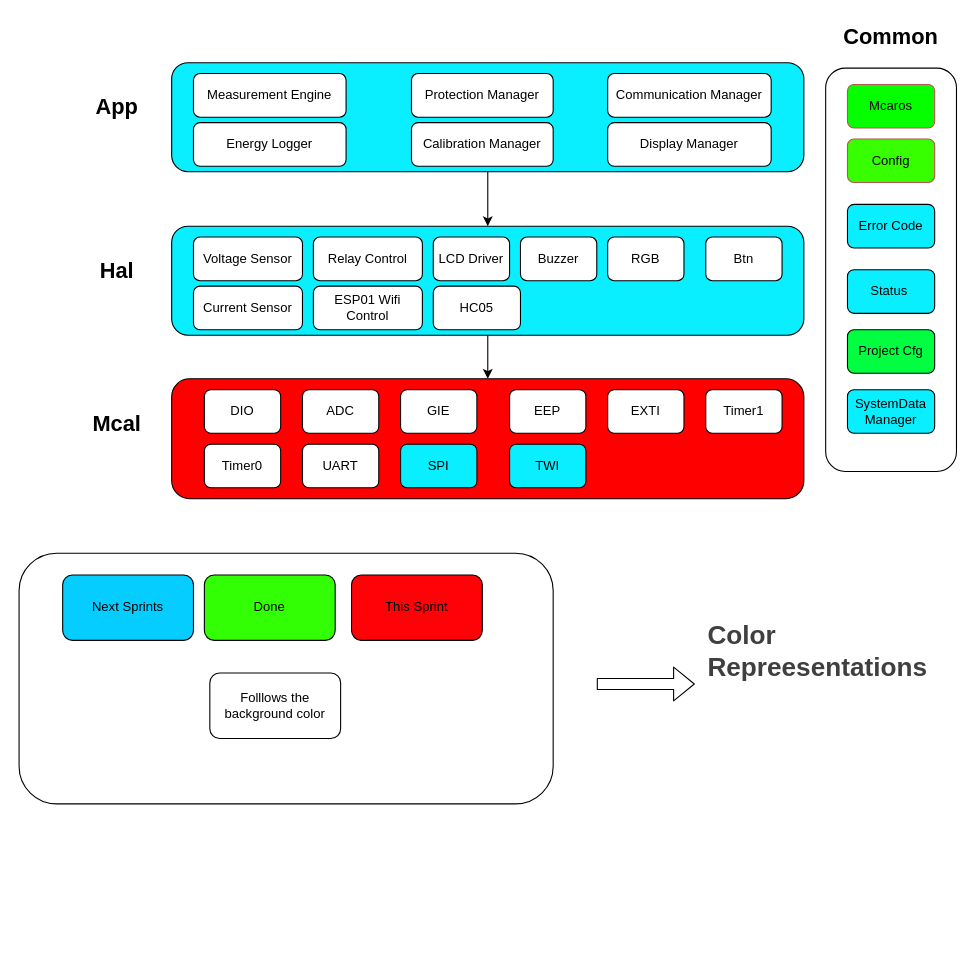
Gestell-Solution/Smart_Energy_Management_System keeps this draw.io diagram as Design/ProjectUMLDigrams/ComponentDigrams/ComponentDigram.drawio. Above is the earlier version. Source tidied: cells renumbered, new cells numbered last; positions are measured from the earlier drawing's top-left corner, leaving out a move shared by most shapes. Both pictures are drawn from the tidied source at 109%, with x=0, y=0 at pixel (19, 19).
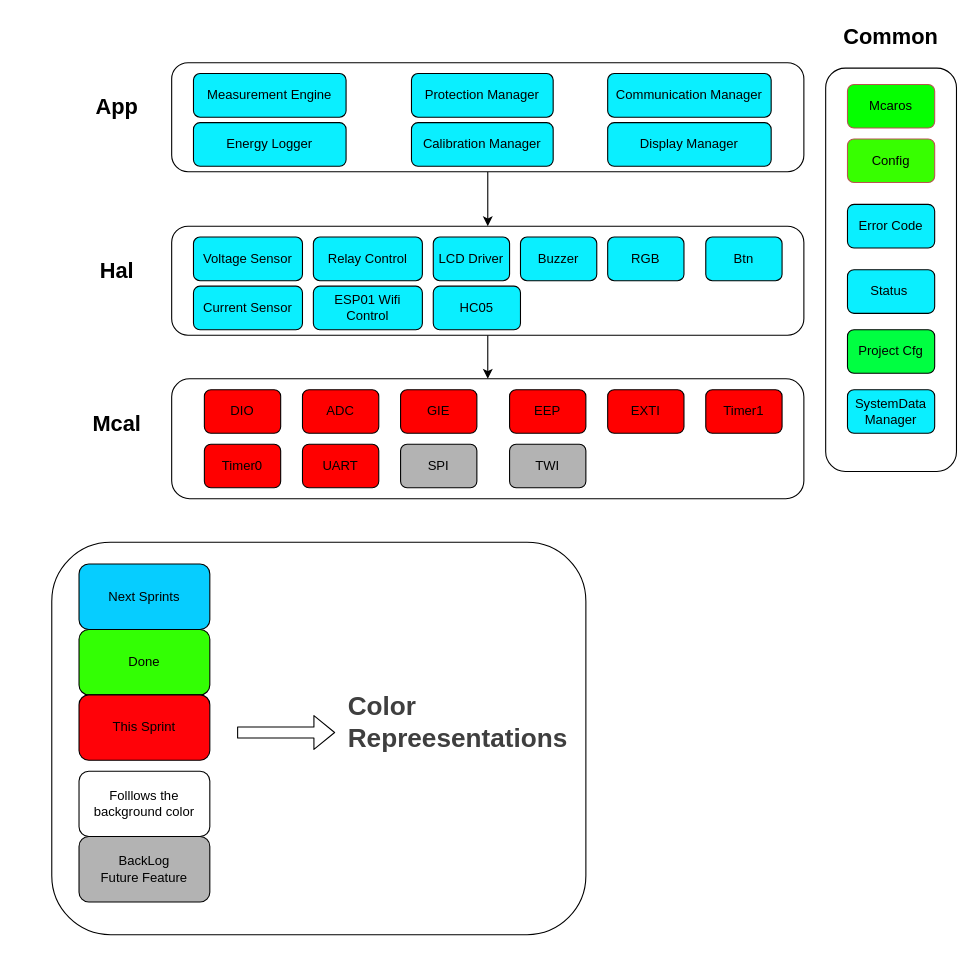
After the change.

Commit message:
[ComponentDiagrams Review Points] [Review points Done Needs Review Confirmation] [Doc]   #62

Change to the diagram source:
```diff
@@
-    <mxCell id="2" style="rounded=1;whiteSpace=wrap;html=1;fillColor=#FF0000;" parent="1" vertex="1">
+    <mxCell id="2" style="rounded=1;whiteSpace=wrap;html=1;fillColor=#FFFFFF;" parent="1" vertex="1">
       <mxGeometry x="140" y="330" width="580" height="110" as="geometry" />
     </mxCell>
-    <mxCell id="3" value="DIO" style="rounded=1;whiteSpace=wrap;html=1;" parent="1" vertex="1">
+    <mxCell id="3" value="DIO" style="rounded=1;whiteSpace=wrap;html=1;fillColor=#FF0000;" parent="1" vertex="1">
       <mxGeometry x="170" y="340" width="70" height="40" as="geometry" />
     </mxCell>
-    <mxCell id="4" value="ADC" style="rounded=1;whiteSpace=wrap;html=1;" parent="1" vertex="1">
+    <mxCell id="4" value="ADC" style="rounded=1;whiteSpace=wrap;html=1;fillColor=#FF0000;" parent="1" vertex="1">
       <mxGeometry x="260" y="340" width="70" height="40" as="geometry" />
     </mxCell>
-    <mxCell id="5" value="GIE" style="rounded=1;whiteSpace=wrap;html=1;" parent="1" vertex="1">
+    <mxCell id="5" value="GIE" style="rounded=1;whiteSpace=wrap;html=1;fillColor=#FF0000;" parent="1" vertex="1">
       <mxGeometry x="350" y="340" width="70" height="40" as="geometry" />
     </mxCell>
-    <mxCell id="6" value="EEP" style="rounded=1;whiteSpace=wrap;html=1;" parent="1" vertex="1">
+    <mxCell id="6" value="EEP" style="rounded=1;whiteSpace=wrap;html=1;fillColor=#FF0000;" parent="1" vertex="1">
       <mxGeometry x="450" y="340" width="70" height="40" as="geometry" />
     </mxCell>
-    <mxCell id="7" value="EXTI" style="rounded=1;whiteSpace=wrap;html=1;" parent="1" vertex="1">
+    <mxCell id="7" value="EXTI" style="rounded=1;whiteSpace=wrap;html=1;fillColor=#FF0000;" parent="1" vertex="1">
       <mxGeometry x="540" y="340" width="70" height="40" as="geometry" />
     </mxCell>
-    <mxCell id="8" value="Timer1" style="rounded=1;whiteSpace=wrap;html=1;" parent="1" vertex="1">
+    <mxCell id="8" value="Timer1" style="rounded=1;whiteSpace=wrap;html=1;fillColor=#FF0000;" parent="1" vertex="1">
       <mxGeometry x="630" y="340" width="70" height="40" as="geometry" />
     </mxCell>
@@
-    <mxCell id="11" style="rounded=1;whiteSpace=wrap;html=1;fillColor=#0AEFFF;" parent="1" vertex="1">
+    <mxCell id="11" style="rounded=1;whiteSpace=wrap;html=1;fillColor=#FFFFFF;" parent="1" vertex="1">
       <mxGeometry x="140" y="190" width="580" height="100" as="geometry" />
     </mxCell>
-    <mxCell id="12" value="Voltage Sensor" style="rounded=1;whiteSpace=wrap;html=1;" parent="1" vertex="1">
+    <mxCell id="12" value="Voltage Sensor" style="rounded=1;whiteSpace=wrap;html=1;fillColor=#0AEFFF;" parent="1" vertex="1">
       <mxGeometry x="160" y="200" width="100" height="40" as="geometry" />
     </mxCell>
-    <mxCell id="13" value="LCD Driver" style="rounded=1;whiteSpace=wrap;html=1;" parent="1" vertex="1">
+    <mxCell id="13" value="LCD Driver" style="rounded=1;whiteSpace=wrap;html=1;fillColor=#0AEFFF;" parent="1" vertex="1">
       <mxGeometry x="380" y="200" width="70" height="40" as="geometry" />
     </mxCell>
-    <mxCell id="14" value="Relay Control" style="rounded=1;whiteSpace=wrap;html=1;" parent="1" vertex="1">
+    <mxCell id="14" value="Relay Control" style="rounded=1;whiteSpace=wrap;html=1;fillColor=#0AEFFF;" parent="1" vertex="1">
       <mxGeometry x="270" y="200" width="100" height="40" as="geometry" />
     </mxCell>
-    <mxCell id="15" value="Buzzer" style="rounded=1;whiteSpace=wrap;html=1;" parent="1" vertex="1">
+    <mxCell id="15" value="Buzzer" style="rounded=1;whiteSpace=wrap;html=1;fillColor=#0AEFFF;" parent="1" vertex="1">
       <mxGeometry x="460" y="200" width="70" height="40" as="geometry" />
     </mxCell>
-    <mxCell id="16" value="RGB" style="rounded=1;whiteSpace=wrap;html=1;" parent="1" vertex="1">
+    <mxCell id="16" value="RGB" style="rounded=1;whiteSpace=wrap;html=1;fillColor=#0AEFFF;" parent="1" vertex="1">
       <mxGeometry x="540" y="200" width="70" height="40" as="geometry" />
     </mxCell>
-    <mxCell id="17" value="Btn" style="rounded=1;whiteSpace=wrap;html=1;" parent="1" vertex="1">
+    <mxCell id="17" value="Btn" style="rounded=1;whiteSpace=wrap;html=1;fillColor=#0AEFFF;" parent="1" vertex="1">
       <mxGeometry x="630" y="200" width="70" height="40" as="geometry" />
     </mxCell>
@@
-    <mxCell id="19" value="Current Sensor" style="rounded=1;whiteSpace=wrap;html=1;" parent="1" vertex="1">
+    <mxCell id="19" value="Current Sensor" style="rounded=1;whiteSpace=wrap;html=1;fillColor=#0AEFFF;" parent="1" vertex="1">
       <mxGeometry x="160" y="245" width="100" height="40" as="geometry" />
     </mxCell>
-    <mxCell id="20" value="HC05" style="rounded=1;whiteSpace=wrap;html=1;" parent="1" vertex="1">
+    <mxCell id="20" value="HC05" style="rounded=1;whiteSpace=wrap;html=1;fillColor=#0AEFFF;" parent="1" vertex="1">
       <mxGeometry x="380" y="245" width="80" height="40" as="geometry" />
     </mxCell>
-    <mxCell id="21" value="ESP01 Wifi Control" style="rounded=1;whiteSpace=wrap;html=1;" parent="1" vertex="1">
+    <mxCell id="21" value="ESP01 Wifi Control" style="rounded=1;whiteSpace=wrap;html=1;fillColor=#0AEFFF;" parent="1" vertex="1">
       <mxGeometry x="270" y="245" width="100" height="40" as="geometry" />
     </mxCell>
@@
-    <mxCell id="23" style="rounded=1;whiteSpace=wrap;html=1;fillColor=#0AEFFF;" parent="1" vertex="1">
+    <mxCell id="23" style="rounded=1;whiteSpace=wrap;html=1;fillColor=#FFFFFF;" parent="1" vertex="1">
       <mxGeometry x="140" y="40" width="580" height="100" as="geometry" />
     </mxCell>
-    <mxCell id="24" value="Measurement Engine" style="rounded=1;whiteSpace=wrap;html=1;" parent="1" vertex="1">
+    <mxCell id="24" value="Measurement Engine" style="rounded=1;whiteSpace=wrap;html=1;fillColor=#0AEFFF;" parent="1" vertex="1">
       <mxGeometry x="160" y="50" width="140" height="40" as="geometry" />
     </mxCell>
-    <mxCell id="25" value="Communication Manager" style="rounded=1;whiteSpace=wrap;html=1;" parent="1" vertex="1">
+    <mxCell id="25" value="Communication Manager" style="rounded=1;whiteSpace=wrap;html=1;fillColor=#0AEFFF;" parent="1" vertex="1">
       <mxGeometry x="540" y="50" width="150" height="40" as="geometry" />
     </mxCell>
-    <mxCell id="26" value="Display Manager" style="rounded=1;whiteSpace=wrap;html=1;" parent="1" vertex="1">
+    <mxCell id="26" value="Display Manager" style="rounded=1;whiteSpace=wrap;html=1;fillColor=#0AEFFF;" parent="1" vertex="1">
       <mxGeometry x="540" y="95" width="150" height="40" as="geometry" />
     </mxCell>
@@
-    <mxCell id="28" value="Protection Manager" style="rounded=1;whiteSpace=wrap;html=1;" parent="1" vertex="1">
+    <mxCell id="28" value="Protection Manager" style="rounded=1;whiteSpace=wrap;html=1;fillColor=#0AEFFF;" parent="1" vertex="1">
       <mxGeometry x="360" y="50" width="130" height="40" as="geometry" />
     </mxCell>
-    <mxCell id="29" value="Calibration Manager" style="rounded=1;whiteSpace=wrap;html=1;" parent="1" vertex="1">
+    <mxCell id="29" value="Calibration Manager" style="rounded=1;whiteSpace=wrap;html=1;fillColor=#0AEFFF;" parent="1" vertex="1">
       <mxGeometry x="360" y="95" width="130" height="40" as="geometry" />
     </mxCell>
-    <mxCell id="30" value="Energy Logger" style="rounded=1;whiteSpace=wrap;html=1;" parent="1" vertex="1">
+    <mxCell id="30" value="Energy Logger" style="rounded=1;whiteSpace=wrap;html=1;fillColor=#0AEFFF;" parent="1" vertex="1">
       <mxGeometry x="160" y="95" width="140" height="40" as="geometry" />
     </mxCell>
@@
-    <mxCell id="38" value="Timer0" style="rounded=1;whiteSpace=wrap;html=1;" parent="1" vertex="1">
+    <mxCell id="38" value="Timer0" style="rounded=1;whiteSpace=wrap;html=1;fillColor=#FF0000;" parent="1" vertex="1">
       <mxGeometry x="170" y="390" width="70" height="40" as="geometry" />
     </mxCell>
-    <mxCell id="39" value="UART" style="rounded=1;whiteSpace=wrap;html=1;" parent="1" vertex="1">
+    <mxCell id="39" value="UART" style="rounded=1;whiteSpace=wrap;html=1;fillColor=#FF0000;" parent="1" vertex="1">
       <mxGeometry x="260" y="390" width="70" height="40" as="geometry" />
     </mxCell>
-    <mxCell id="40" value="SPI" style="rounded=1;whiteSpace=wrap;html=1;fillColor=#0AEFFF;" parent="1" vertex="1">
+    <mxCell id="40" value="SPI" style="rounded=1;whiteSpace=wrap;html=1;fillColor=#B3B3B3;" parent="1" vertex="1">
       <mxGeometry x="350" y="390" width="70" height="40" as="geometry" />
     </mxCell>
-    <mxCell id="41" value="TWI" style="rounded=1;whiteSpace=wrap;html=1;fillColor=#0AEFFF;" parent="1" vertex="1">
+    <mxCell id="41" value="TWI" style="rounded=1;whiteSpace=wrap;html=1;fillColor=#B3B3B3;" parent="1" vertex="1">
       <mxGeometry x="450" y="390" width="70" height="40" as="geometry" />
     </mxCell>
@@
     <mxCell id="43" style="rounded=1;whiteSpace=wrap;html=1;" parent="1" vertex="1">
-      <mxGeometry y="490" width="490" height="230" as="geometry" />
+      <mxGeometry x="30" y="480" width="490" height="360" as="geometry" />
     </mxCell>
     <mxCell id="44" value="Next Sprints" style="rounded=1;whiteSpace=wrap;html=1;fillColor=#06CDFF;" parent="1" vertex="1">
-      <mxGeometry x="40" y="510" width="120" height="60" as="geometry" />
+      <mxGeometry x="55" y="500" width="120" height="60" as="geometry" />
     </mxCell>
     <mxCell id="45" value="Done" style="rounded=1;whiteSpace=wrap;html=1;fillColor=#33FF04;" parent="1" vertex="1">
-      <mxGeometry x="170" y="510" width="120" height="60" as="geometry" />
+      <mxGeometry x="55" y="560" width="120" height="60" as="geometry" />
     </mxCell>
     <mxCell id="46" value="This Sprint" style="rounded=1;whiteSpace=wrap;html=1;fillColor=#FF0208;" parent="1" vertex="1">
-      <mxGeometry x="305" y="510" width="120" height="60" as="geometry" />
+      <mxGeometry x="55" y="620" width="120" height="60" as="geometry" />
     </mxCell>
     <mxCell id="47" value="Folllows the background color" style="rounded=1;whiteSpace=wrap;html=1;" parent="1" vertex="1">
-      <mxGeometry x="175" y="600" width="120" height="60" as="geometry" />
+      <mxGeometry x="55" y="690" width="120" height="60" as="geometry" />
     </mxCell>
     <mxCell id="48" style="shape=flexArrow;endArrow=classic;html=1;" parent="1" edge="1">
       <mxGeometry relative="1" as="geometry">
-        <mxPoint x="530" y="610" as="sourcePoint" />
-        <mxPoint x="620" y="610" as="targetPoint" />
+        <mxPoint x="200" y="654.5" as="sourcePoint" />
+        <mxPoint x="290" y="654.5" as="targetPoint" />
       </mxGeometry>
     </mxCell>
     <mxCell id="49" value="&lt;h1 style=&quot;margin-top: 0px;&quot;&gt;&lt;span style=&quot;color: rgb(63, 63, 63); background-color: transparent;&quot;&gt;Color Repreesentations&lt;/span&gt;&lt;/h1&gt;&lt;h1 style=&quot;margin-top: 0px;&quot;&gt;&lt;br&gt;&lt;/h1&gt;" style="text;html=1;whiteSpace=wrap;overflow=hidden;rounded=0;" parent="1" vertex="1">
-      <mxGeometry x="630" y="545" width="210" height="120" as="geometry" />
+      <mxGeometry x="300" y="610" width="210" height="120" as="geometry" />
     </mxCell>
+    <mxCell id="50" value="BackLog&lt;br&gt;Future Feature" style="rounded=1;whiteSpace=wrap;html=1;fillColor=#B3B3B3;" parent="1" vertex="1">
+      <mxGeometry x="55" y="750" width="120" height="60" as="geometry" />
+    </mxCell>
```
